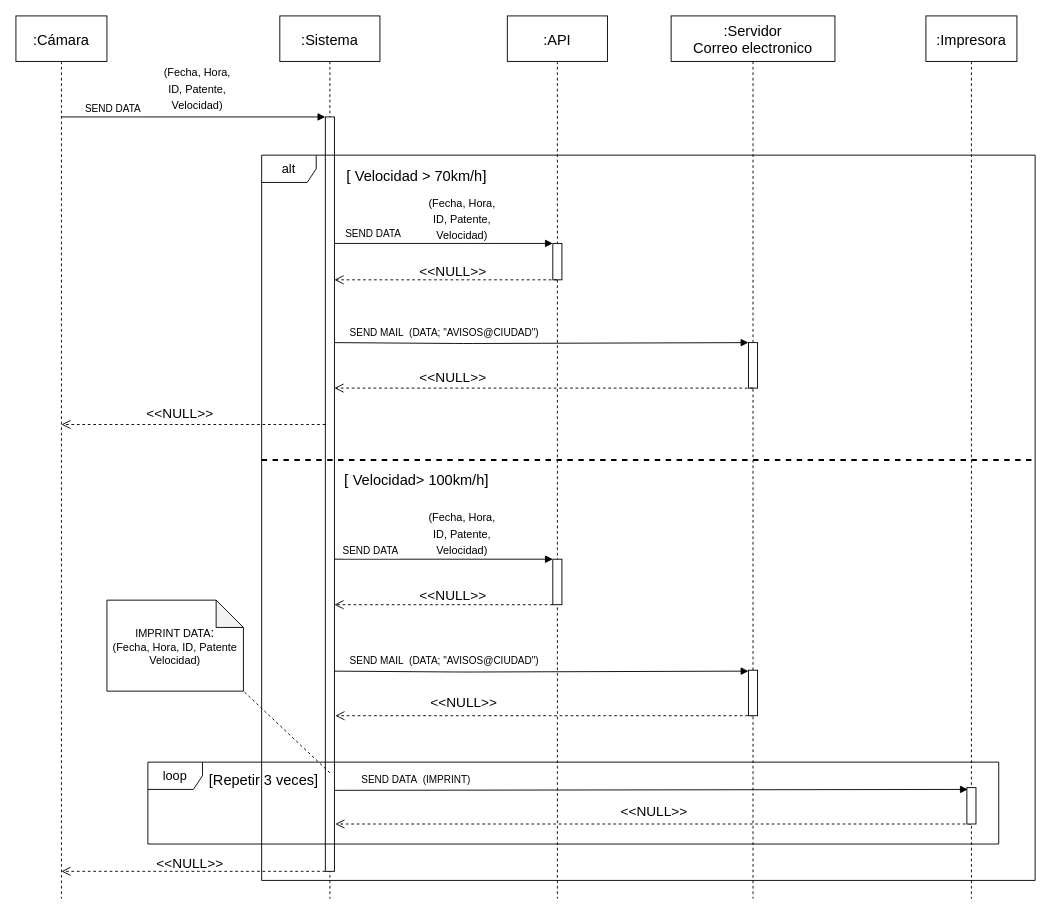
Earlier version of the draw.io diagram DS Cámara Vial Matias Saguir.drawio (matiassaguir/izo-isw1-tpds). Source tidied: cells renumbered, new cells numbered last; positions are measured from the earlier drawing's top-left corner, leaving out a move shared by most shapes. Both pictures are drawn from the tidied source at 91%, with x=0, y=0 at pixel (15, 15).
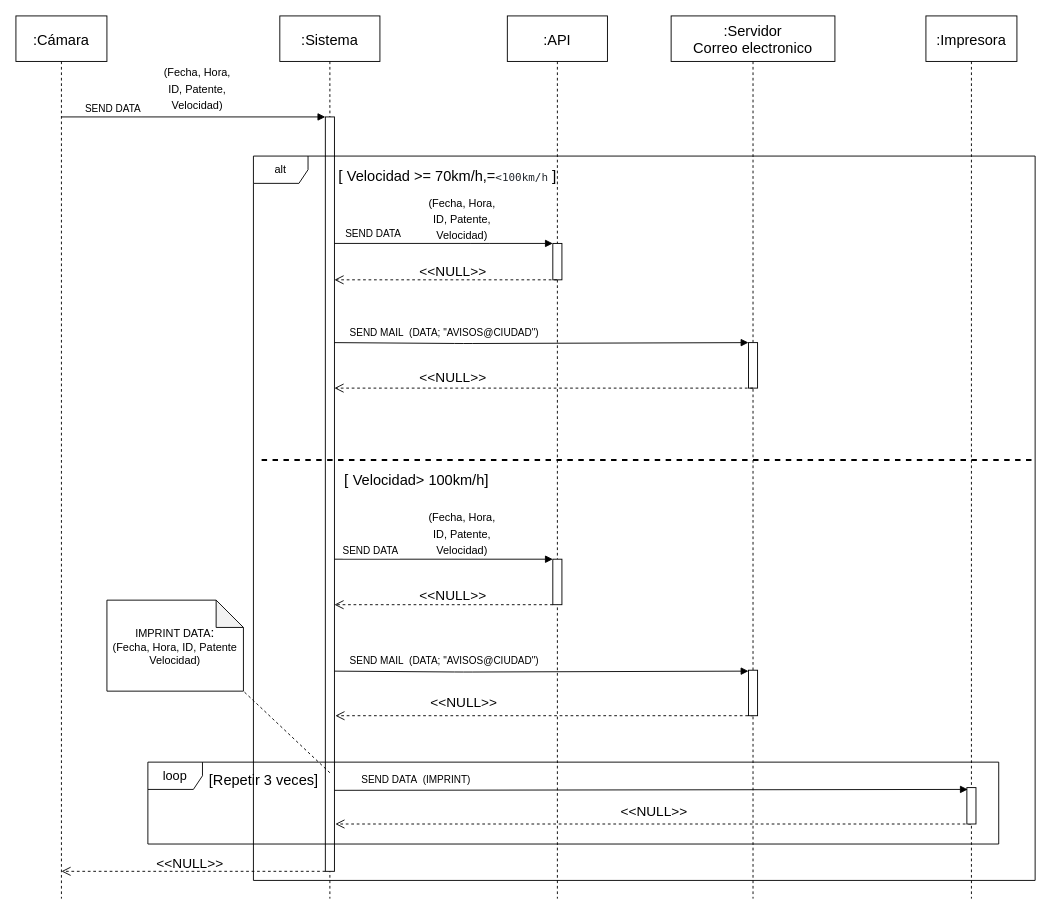
After the change.

What changed in the source:
```diff
@@
-    <mxCell id="21" value="&amp;lt;&amp;lt;NULL&amp;gt;&amp;gt;" style="text;html=1;align=center;verticalAlign=middle;fillColor=none;strokeColor=none;rounded=0;fontFamily=Helvetica;fontSize=15;" parent="1" vertex="1">
-      <mxGeometry x="130" y="421" width="100" height="30" as="geometry" />
-    </mxCell>
@@
-    <mxCell id="30" value="return" style="html=1;verticalAlign=bottom;endArrow=open;dashed=1;endSize=8;rounded=0;fontSize=12;fontColor=none;noLabel=1;" parent="1" edge="1">
-      <mxGeometry x="0.51" y="-20" relative="1" as="geometry">
-        <mxPoint x="340" y="449" as="sourcePoint" />
-        <mxPoint x="50" y="449" as="targetPoint" />
-      </mxGeometry>
-    </mxCell>
@@
-    <mxCell id="36" value="[ &lt;span style=&quot;font-size: 16px;&quot;&gt;Velocidad &amp;gt; 70km/h&lt;/span&gt;]" style="text;html=1;align=center;verticalAlign=middle;fillColor=none;strokeColor=none;rounded=0;fontSize=17;fontColor=none;" parent="1" vertex="1">
-      <mxGeometry x="350" y="162" width="180" height="30" as="geometry" />
+    <mxCell id="36" value="[ &lt;span style=&quot;font-size: 16px;&quot;&gt;Velocidad &amp;gt;= 70km/h,=&lt;/span&gt;&lt;span style=&quot;color: rgb(36, 41, 47); font-family: ui-monospace, SFMono-Regular, &amp;quot;SF Mono&amp;quot;, Menlo, Consolas, &amp;quot;Liberation Mono&amp;quot;, monospace; font-size: 12px; text-align: start; background-color: rgb(255, 255, 255);&quot;&gt;&amp;lt;100km/h&lt;/span&gt;&lt;span style=&quot;font-size: 16px;&quot;&gt;&amp;nbsp;&lt;/span&gt;]" style="text;html=1;align=center;verticalAlign=middle;fillColor=none;strokeColor=none;rounded=0;fontSize=17;fontColor=none;" parent="1" vertex="1">
+      <mxGeometry x="344" y="162" width="260" height="30" as="geometry" />
     </mxCell>
@@
+    <mxCell id="43" value="&lt;font style=&quot;font-size: 14px;&quot;&gt;loop&lt;/font&gt;" style="shape=umlFrame;whiteSpace=wrap;html=1;fontSize=10;" parent="1" vertex="1">
+      <mxGeometry x="145" y="820" width="935" height="90" as="geometry" />
+    </mxCell>
-    <mxCell id="42" value="alt" style="shape=umlFrame;whiteSpace=wrap;html=1;fontSize=14;" parent="1" vertex="1">
-      <mxGeometry x="270" y="153" width="850" height="797" as="geometry" />
+    <mxCell id="42" value="alt" style="shape=umlFrame;whiteSpace=wrap;html=1;" parent="1" vertex="1">
+      <mxGeometry x="261" y="154" width="859" height="796" as="geometry" />
     </mxCell>
-    <mxCell id="43" value="&lt;font style=&quot;font-size: 14px;&quot;&gt;loop&lt;/font&gt;" style="shape=umlFrame;whiteSpace=wrap;html=1;fontSize=10;" parent="1" vertex="1">
-      <mxGeometry x="145" y="820" width="935" height="90" as="geometry" />
-    </mxCell>
```
